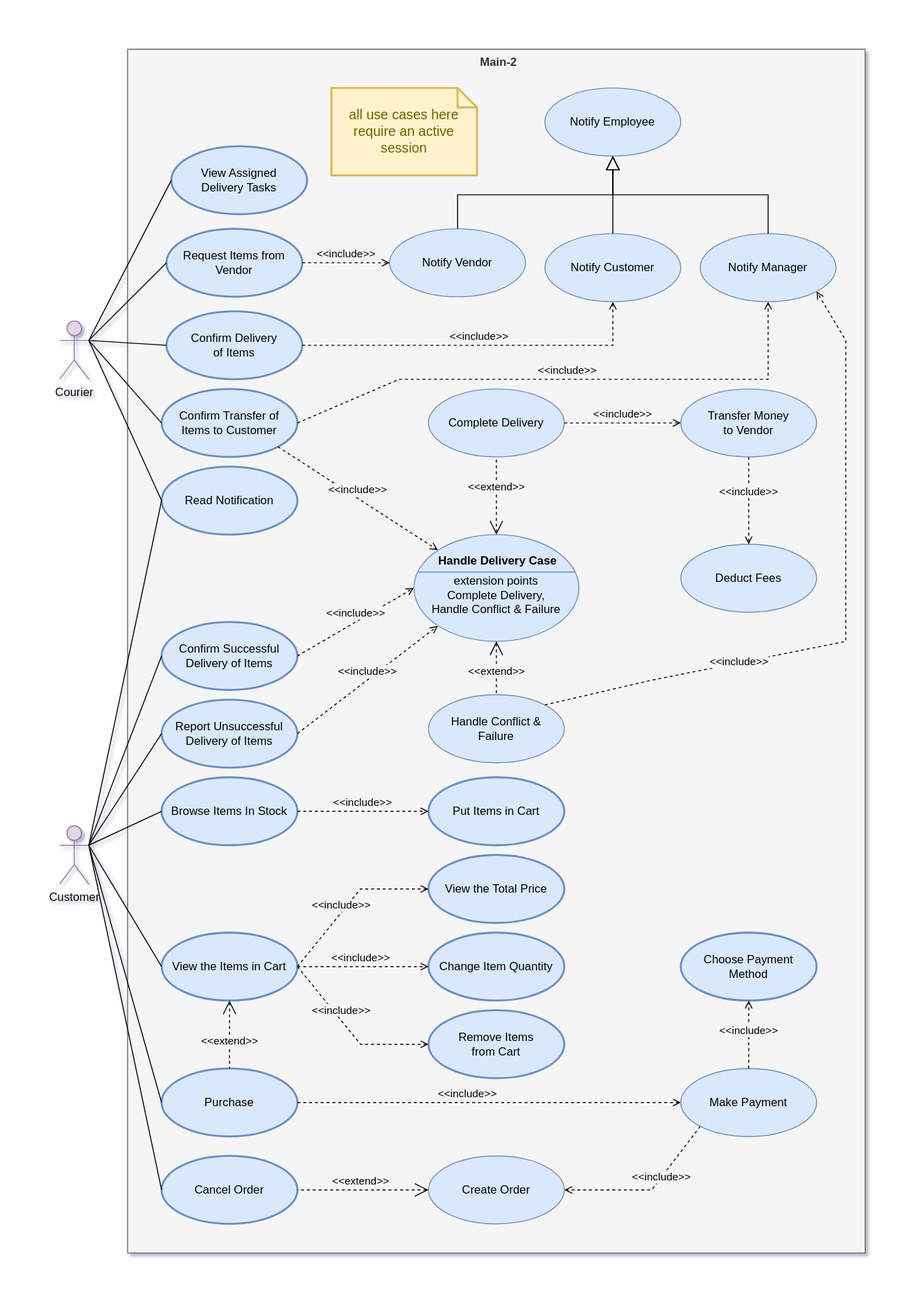
nati-esh-zed/online_shopping_webapp keeps this draw.io diagram as software requirement/spec/media/use-case/main-2.drawio.svg. Above is the earlier version. Source tidied: cells renumbered, new cells last; positions are measured from the earlier drawing's top-left corner, leaving out a move shared by most shapes.
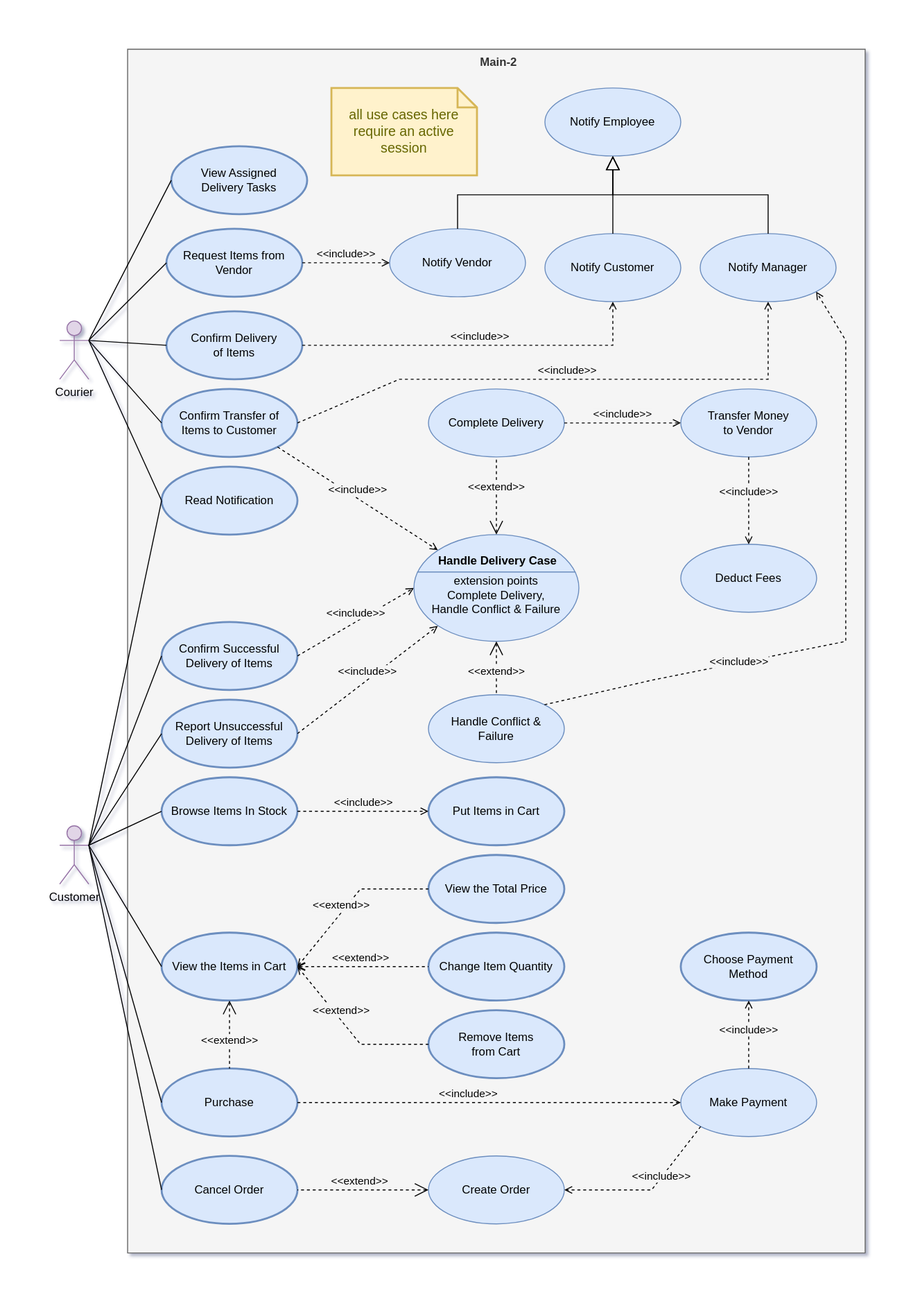
After the change.

Commit message:
fix include-extend use-case diagram

Change to the diagram source:
```diff
@@ -105,13 +105,13 @@
     <mxCell id="31" value="Change Item Quantity" style="ellipse;whiteSpace=wrap;html=1;fillColor=#dae8fc;strokeColor=#6c8ebf;strokeWidth=2;" parent="1" vertex="1">
       <mxGeometry x="380" y="910" width="140" height="70" as="geometry" />
     </mxCell>
-    <mxCell id="32" value="&amp;lt;&amp;lt;include&amp;gt;&amp;gt;" style="edgeStyle=none;html=1;endArrow=open;verticalAlign=bottom;dashed=1;labelBackgroundColor=#F5F5F5;rounded=0;exitX=1;exitY=0.5;exitDx=0;exitDy=0;entryX=0;entryY=0.5;entryDx=0;entryDy=0;" parent="1" edge="1" source="29" target="31">
+    <mxCell id="32" value="&amp;lt;&amp;lt;extend&amp;gt;&amp;gt;" style="edgeStyle=none;html=1;endArrow=none;verticalAlign=bottom;dashed=1;labelBackgroundColor=#F5F5F5;rounded=0;exitX=1;exitY=0.5;exitDx=0;exitDy=0;entryX=0;entryY=0.5;entryDx=0;entryDy=0;startArrow=open;startFill=0;endFill=0;" parent="1" edge="1" source="29" target="31">
       <mxGeometry x="-0.04" relative="1" as="geometry" />
     </mxCell>
     <mxCell id="33" value="Remove Items&lt;br style=&quot;border-color: var(--border-color);&quot;&gt;from Cart" style="ellipse;whiteSpace=wrap;html=1;fillColor=#dae8fc;strokeColor=#6c8ebf;strokeWidth=2;" parent="1" vertex="1">
       <mxGeometry x="380" y="990" width="140" height="70" as="geometry" />
     </mxCell>
-    <mxCell id="34" value="&amp;lt;&amp;lt;include&amp;gt;&amp;gt;" style="edgeStyle=none;html=1;endArrow=open;verticalAlign=bottom;dashed=1;labelBackgroundColor=#F5F5F5;rounded=0;exitX=1;exitY=0.5;exitDx=0;exitDy=0;entryX=0;entryY=0.5;entryDx=0;entryDy=0;" parent="1" edge="1" source="29" target="33">
+    <mxCell id="34" value="&amp;lt;&amp;lt;extend&amp;gt;&amp;gt;" style="edgeStyle=none;html=1;endArrow=none;verticalAlign=bottom;dashed=1;labelBackgroundColor=#F5F5F5;rounded=0;exitX=1;exitY=0.5;exitDx=0;exitDy=0;entryX=0;entryY=0.5;entryDx=0;entryDy=0;startArrow=open;startFill=0;endFill=0;" parent="1" edge="1" source="29" target="33">
       <mxGeometry x="-0.18" relative="1" as="geometry">
         <Array as="points">
           <mxPoint x="310" y="1025" />
@@ -122,7 +122,7 @@
     <mxCell id="35" value="View the Total Price" style="ellipse;whiteSpace=wrap;html=1;fillColor=#dae8fc;strokeColor=#6c8ebf;strokeWidth=2;" parent="1" vertex="1">
       <mxGeometry x="380" y="830" width="140" height="70" as="geometry" />
     </mxCell>
-    <mxCell id="36" value="&amp;lt;&amp;lt;include&amp;gt;&amp;gt;" style="edgeStyle=none;html=1;endArrow=open;verticalAlign=bottom;dashed=1;labelBackgroundColor=#F5F5F5;rounded=0;exitX=1;exitY=0.5;exitDx=0;exitDy=0;entryX=0;entryY=0.5;entryDx=0;entryDy=0;" parent="1" edge="1" source="29" target="35">
+    <mxCell id="36" value="&amp;lt;&amp;lt;extend&amp;gt;&amp;gt;" style="edgeStyle=none;html=1;endArrow=none;verticalAlign=bottom;dashed=1;labelBackgroundColor=#F5F5F5;rounded=0;exitX=1;exitY=0.5;exitDx=0;exitDy=0;entryX=0;entryY=0.5;entryDx=0;entryDy=0;startArrow=open;startFill=0;endFill=0;" parent="1" edge="1" source="29" target="35">
       <mxGeometry x="-0.18" relative="1" as="geometry">
         <Array as="points">
           <mxPoint x="310" y="865" />
```
